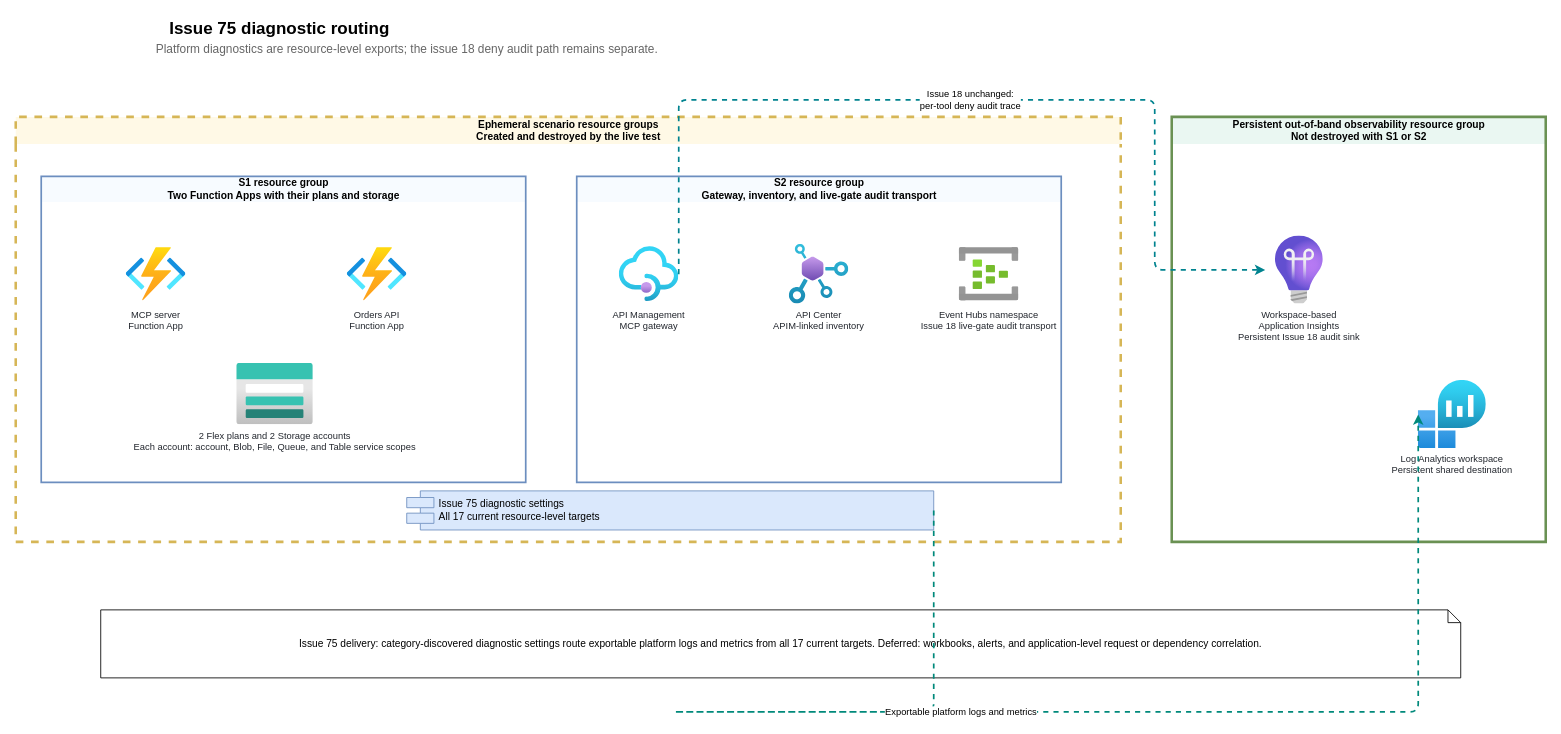
The draw.io diagram docs/diagrams/diagnostic-routing.drawio in collaborationwithothers/mcp-platform-azure, before the edit. Source tidied: cells renumbered, new cells numbered last; positions are measured from the earlier drawing's top-left corner, leaving out a move shared by most shapes. Both pictures are drawn from the tidied source at 85%, with x=0, y=0 at pixel (15, 14).
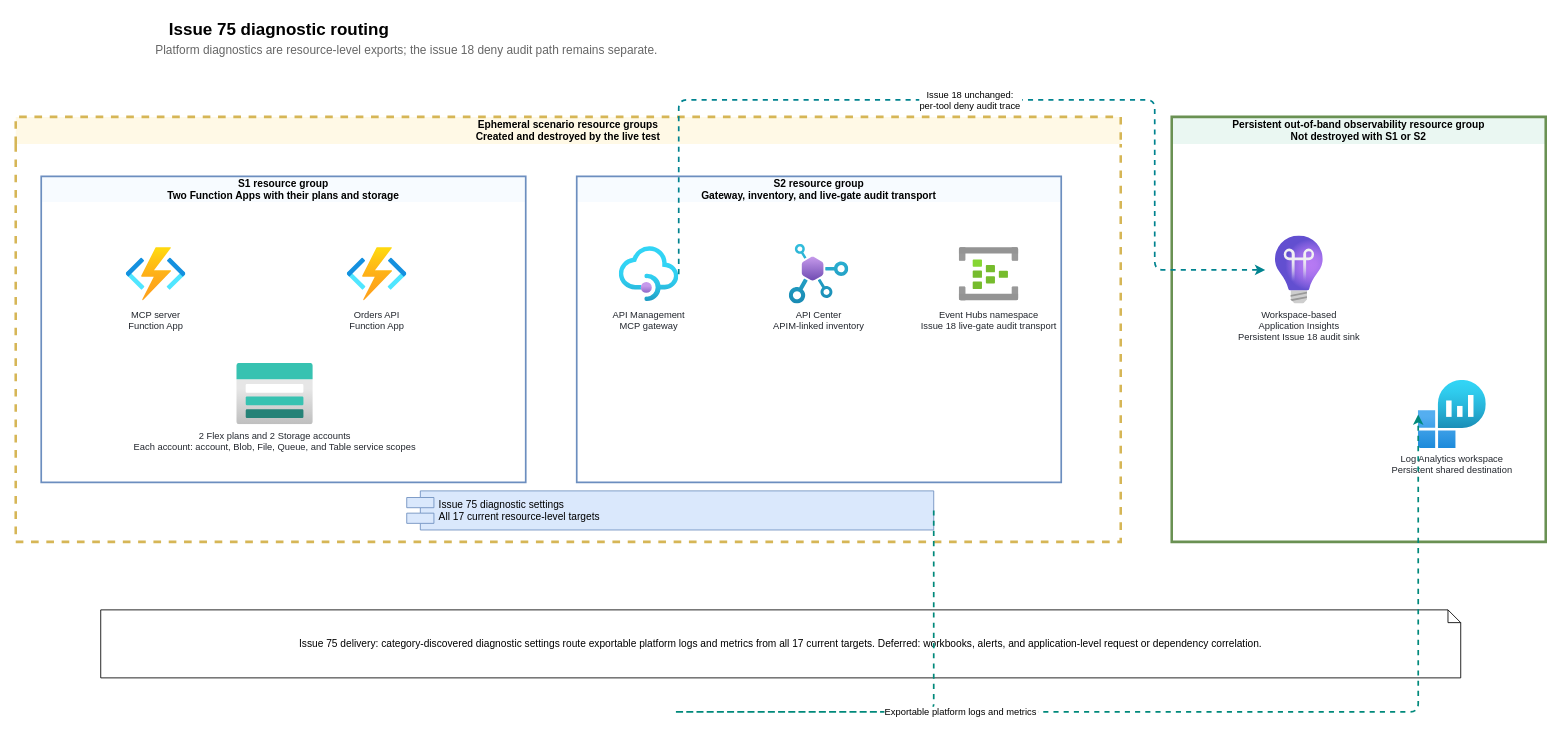
Above is the later version.

Commit message:
Use native labels for diagnostic diagram

The change refers to these unchanged cells:
```xml
<mxCell id="9" value="API Management&#10;MCP gateway" style="sketch=0;points=[[0,0,0],[1,0,0],[0,1,0],[1,1,0],[0,0.5,0],[1,0.5,0]];image;fontSize=11;fontColor=#23272E;verticalLabelPosition=bottom;verticalAlign=top;labelPosition=center;image=img/lib/azure2/app_services/API_Management_Services.svg;" parent="4" vertex="1">
  <mxGeometry x="50" y="80" width="70" height="70" as="geometry" />
</mxCell>
<mxCell id="12" value="Workspace-based&#10;Application Insights&#10;Persistent Issue 18 audit sink" style="sketch=0;points=[[0,0,0],[1,0,0],[0,1,0],[1,1,0],[0,0.5,0],[1,0.5,0]];image;fontSize=11;fontColor=#23272E;verticalLabelPosition=bottom;verticalAlign=top;labelPosition=center;image=img/lib/azure2/devops/Application_Insights.svg;" parent="5" vertex="1">
  <mxGeometry x="110" y="140" width="80" height="80" as="geometry" />
</mxCell>
<mxCell id="13" value="Log Analytics workspace&#10;Persistent shared destination" style="sketch=0;points=[[0,0,0],[1,0,0],[0,1,0],[1,1,0],[0,0.5,0],[1,0.5,0]];image;fontSize=11;fontColor=#23272E;verticalLabelPosition=bottom;verticalAlign=top;labelPosition=center;image=img/lib/azure2/analytics/Log_Analytics_Workspaces.svg;" parent="5" vertex="1">
  <mxGeometry x="290" y="310" width="80" height="80" as="geometry" />
</mxCell>
```

Diff of the diagram source:
```diff
@@
-    <mxCell id="2" value="Ephemeral scenario resource groups&#10;Created and destroyed by the live test" style="swimlane;startSize=32;fontStyle=1;html=1;fillColor=#fff9e6;strokeColor=#d6b656;strokeWidth=3;dashed=1;swimlaneLine=0;" parent="1" vertex="1">
+    <mxCell id="2" value="Ephemeral scenario resource groups&#10;Created and destroyed by the live test" style="swimlane;startSize=32;fontStyle=1;fillColor=#fff9e6;strokeColor=#d6b656;strokeWidth=3;dashed=1;swimlaneLine=0;" parent="1" vertex="1">
       <mxGeometry y="120" width="1300" height="500" as="geometry" />
     </mxCell>
-    <mxCell id="3" value="S1 resource group&#10;Two Function Apps with their plans and storage" style="swimlane;startSize=30;fontStyle=1;html=1;fillColor=#f7fbff;strokeColor=#6c8ebf;strokeWidth=2;swimlaneLine=0;" parent="2" vertex="1">
+    <mxCell id="3" value="S1 resource group&#10;Two Function Apps with their plans and storage" style="swimlane;startSize=30;fontStyle=1;fillColor=#f7fbff;strokeColor=#6c8ebf;strokeWidth=2;swimlaneLine=0;" parent="2" vertex="1">
       <mxGeometry x="30" y="70" width="570" height="360" as="geometry" />
     </mxCell>
-    <mxCell id="4" value="S2 resource group&#10;Gateway, inventory, and live-gate audit transport" style="swimlane;startSize=30;fontStyle=1;html=1;fillColor=#f7fbff;strokeColor=#6c8ebf;strokeWidth=2;swimlaneLine=0;" parent="2" vertex="1">
+    <mxCell id="4" value="S2 resource group&#10;Gateway, inventory, and live-gate audit transport" style="swimlane;startSize=30;fontStyle=1;fillColor=#f7fbff;strokeColor=#6c8ebf;strokeWidth=2;swimlaneLine=0;" parent="2" vertex="1">
       <mxGeometry x="660" y="70" width="570" height="360" as="geometry" />
     </mxCell>
-    <mxCell id="5" value="Persistent out-of-band observability resource group&#10;Not destroyed with S1 or S2" style="swimlane;startSize=32;fontStyle=1;html=1;fillColor=#eaf7f2;strokeColor=#6a9153;strokeWidth=3;swimlaneLine=0;" parent="1" vertex="1">
+    <mxCell id="5" value="Persistent out-of-band observability resource group&#10;Not destroyed with S1 or S2" style="swimlane;startSize=32;fontStyle=1;fillColor=#eaf7f2;strokeColor=#6a9153;strokeWidth=3;swimlaneLine=0;" parent="1" vertex="1">
       <mxGeometry x="1360" y="120" width="440" height="500" as="geometry" />
     </mxCell>
@@
-    <mxCell id="14" value="Issue 75 delivery: category-discovered diagnostic settings route exportable platform logs and metrics from all 17 current targets. Deferred: workbooks, alerts, and application-level request or dependency correlation." style="shape=note;whiteSpace=wrap;html=1;backgroundOutline=1;size=15;" parent="1" vertex="1">
+    <mxCell id="14" value="Issue 75 delivery: category-discovered diagnostic settings route exportable platform logs and metrics from all 17 current targets. Deferred: workbooks, alerts, and application-level request or dependency correlation." style="shape=note;whiteSpace=wrap;backgroundOutline=1;size=15;" parent="1" vertex="1">
       <mxGeometry x="100" y="700" width="1600" height="80" as="geometry" />
     </mxCell>
-    <mxCell id="15" value="Issue 18 unchanged:&#10;per-tool deny audit trace" style="edgeStyle=orthogonalEdgeStyle;rounded=1;jettySize=auto;html=1;endArrow=classic;strokeColor=#00838F;strokeWidth=2;dashed=1;exitX=1.0;exitY=0.5;exitDx=0;exitDy=0;exitPerimeter=0;entryX=0.0;entryY=0.5;entryDx=0;entryDy=0;entryPerimeter=0;" parent="1" edge="1" source="9" target="12">
+    <mxCell id="15" value="Issue 18 unchanged:&#10;per-tool deny audit trace" style="edgeStyle=orthogonalEdgeStyle;rounded=1;jettySize=auto;endArrow=classic;strokeColor=#00838F;strokeWidth=2;dashed=1;exitX=1.0;exitY=0.5;exitDx=0;exitDy=0;exitPerimeter=0;entryX=0.0;entryY=0.5;entryDx=0;entryDy=0;entryPerimeter=0;exitX=1.0;exitY=0.5;exitDx=0;exitDy=0;exitPerimeter=0;entryX=0.0;entryY=0.5;entryDx=0;entryDy=0;entryPerimeter=0;" parent="1" edge="1" source="9" target="12">
       <mxGeometry relative="1" as="geometry">
         <Array as="points">
           <mxPoint x="1340" y="100" />
         </Array>
       </mxGeometry>
     </mxCell>
-    <mxCell id="16" value="Issue 75 diagnostic routing" style="text;html=1;align=center;verticalAlign=middle;strokeColor=none;fillColor=none;fontSize=20;fontStyle=1;" parent="1" vertex="1">
+    <mxCell id="16" value="Issue 75 diagnostic routing" style="text;align=center;verticalAlign=middle;strokeColor=none;fillColor=none;fontSize=20;fontStyle=1;" parent="1" vertex="1">
       <mxGeometry x="10" width="600" height="30" as="geometry" />
     </mxCell>
-    <mxCell id="17" value="Platform diagnostics are resource-level exports; the issue 18 deny audit path remains separate." style="text;html=1;align=center;verticalAlign=middle;strokeColor=none;fillColor=none;fontSize=14;fontColor=#666666;" parent="1" vertex="1">
+    <mxCell id="17" value="Platform diagnostics are resource-level exports; the issue 18 deny audit path remains separate." style="text;align=center;verticalAlign=middle;strokeColor=none;fillColor=none;fontSize=14;fontColor=#666666;" parent="1" vertex="1">
       <mxGeometry x="10" y="30" width="900" height="20" as="geometry" />
     </mxCell>
-    <mxCell id="18" value="Issue 75 diagnostic settings&#10;All 17 current resource-level targets" style="shape=component;align=left;spacingLeft=36;html=1;fillColor=#dae8fc;strokeColor=#6c8ebf;" parent="2" vertex="1">
+    <mxCell id="18" value="Issue 75 diagnostic settings&#10;All 17 current resource-level targets" style="shape=component;align=left;spacingLeft=36;fillColor=#dae8fc;strokeColor=#6c8ebf;" parent="2" vertex="1">
       <mxGeometry x="460" y="440" width="620" height="46" as="geometry" />
     </mxCell>
-    <mxCell id="19" value="Exportable platform logs and metrics" style="edgeStyle=orthogonalEdgeStyle;rounded=1;jettySize=auto;html=1;endArrow=classic;strokeColor=#00897B;strokeWidth=2;dashed=1;exitX=1.0;exitY=0.5;exitDx=0;exitDy=0;exitPerimeter=0;entryX=0.0;entryY=0.5;entryDx=0;entryDy=0;entryPerimeter=0;" parent="1" edge="1" source="18" target="13">
+    <mxCell id="19" value="Exportable platform logs and metrics" style="edgeStyle=orthogonalEdgeStyle;rounded=1;jettySize=auto;endArrow=classic;strokeColor=#00897B;strokeWidth=2;dashed=1;exitX=1.0;exitY=0.5;exitDx=0;exitDy=0;exitPerimeter=0;entryX=0.0;entryY=0.5;entryDx=0;entryDy=0;entryPerimeter=0;exitX=1.0;exitY=0.5;exitDx=0;exitDy=0;exitPerimeter=0;entryX=0.0;entryY=0.5;entryDx=0;entryDy=0;entryPerimeter=0;" parent="1" edge="1" source="18" target="13">
       <mxGeometry relative="1" as="geometry">
         <Array as="points">
           <mxPoint x="770" y="820" />
           <mxPoint x="1690" y="820" />
         </Array>
       </mxGeometry>
     </mxCell>
```
